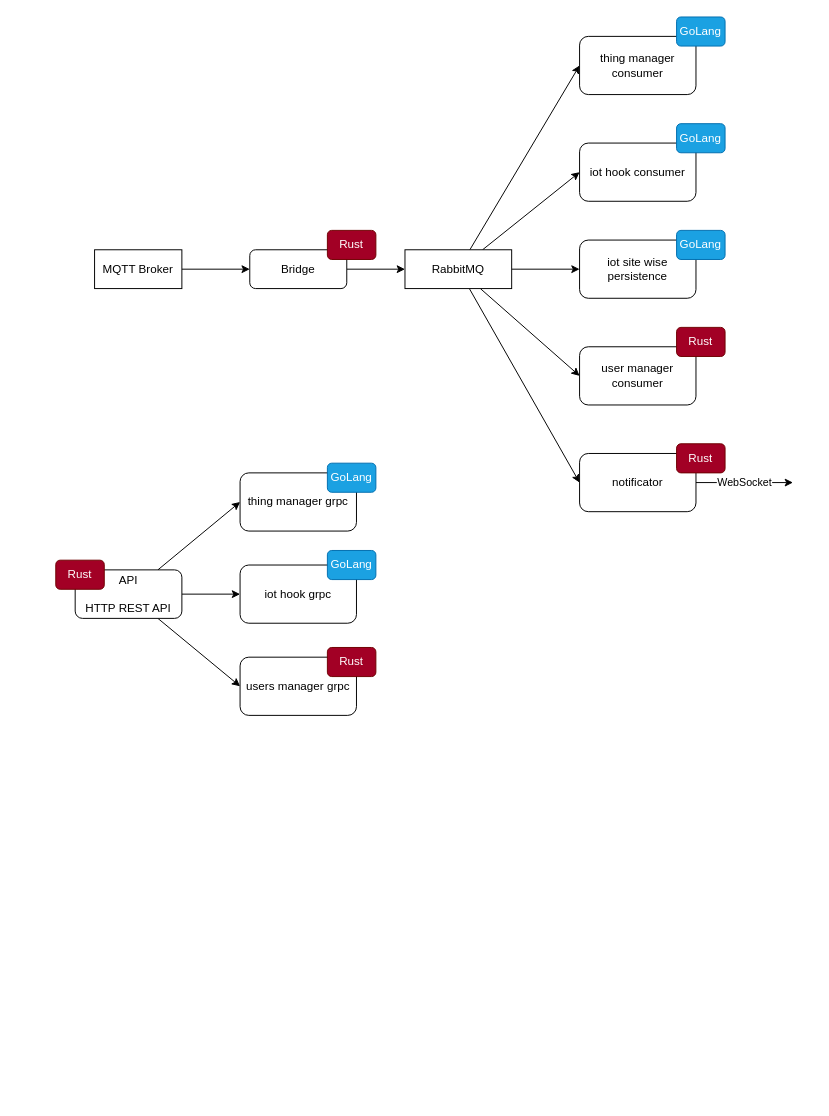
Above: .docs/toi.drawio in tointernet/things.over.internet (draw.io), before the change. Source tidied: cells renumbered, new cells numbered last; positions are measured from the earlier drawing's top-left corner, leaving out a move shared by most shapes. Both pictures are drawn from the tidied source at 97%, with x=0, y=0 at pixel (55, 16).
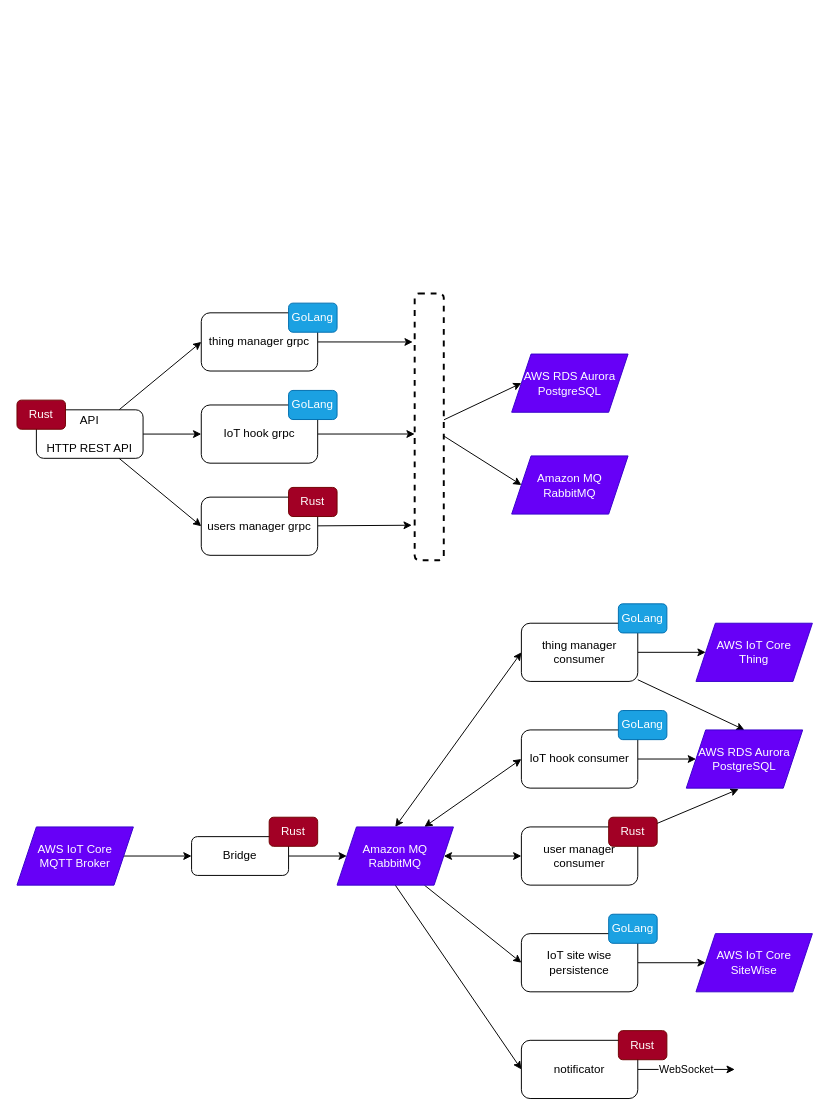
The same diagram, later.

The edit, as a diff of the source:
```diff
@@
     <mxCell id="5" value="API&lt;br&gt;&lt;br&gt;HTTP REST API" style="rounded=1;whiteSpace=wrap;html=1;" parent="1" vertex="1">
-      <mxGeometry x="20" y="570" width="110" height="50" as="geometry" />
+      <mxGeometry x="-20" y="405" width="110" height="50" as="geometry" />
     </mxCell>
-    <mxCell id="6" style="edgeStyle=none;html=1;entryX=0;entryY=0.5;entryDx=0;entryDy=0;" parent="1" edge="1" source="7" target="15">
+    <mxCell id="6" style="edgeStyle=none;html=1;entryX=0;entryY=0.5;entryDx=0;entryDy=0;" parent="1" edge="1" source="7" target="47">
       <mxGeometry relative="1" as="geometry" />
     </mxCell>
     <mxCell id="7" value="Bridge" style="rounded=1;whiteSpace=wrap;html=1;" parent="1" vertex="1">
-      <mxGeometry x="200" y="240" width="100" height="40" as="geometry" />
+      <mxGeometry x="140" y="845" width="100" height="40" as="geometry" />
     </mxCell>
-    <mxCell id="8" style="edgeStyle=none;html=1;entryX=0;entryY=0.5;entryDx=0;entryDy=0;" parent="1" edge="1" source="9" target="7">
+    <mxCell id="8" style="edgeStyle=none;html=1;entryX=0;entryY=0.5;entryDx=0;entryDy=0;exitX=1;exitY=0.5;exitDx=0;exitDy=0;" parent="1" edge="1" source="43" target="7">
       <mxGeometry relative="1" as="geometry" />
     </mxCell>
-    <mxCell id="9" value="MQTT Broker" style="rounded=0;whiteSpace=wrap;html=1;" parent="1" vertex="1">
-      <mxGeometry x="40" y="240" width="90" height="40" as="geometry" />
-    </mxCell>
-    <mxCell id="10" style="edgeStyle=none;html=1;entryX=0;entryY=0.5;entryDx=0;entryDy=0;" parent="1" edge="1" source="15" target="19">
+    <mxCell id="10" style="edgeStyle=none;html=1;entryX=0;entryY=0.5;entryDx=0;entryDy=0;exitX=0.5;exitY=0;exitDx=0;exitDy=0;startArrow=classic;startFill=1;" parent="1" edge="1" source="47" target="19">
       <mxGeometry relative="1" as="geometry" />
     </mxCell>
-    <mxCell id="11" style="edgeStyle=none;html=1;entryX=0;entryY=0.5;entryDx=0;entryDy=0;" parent="1" edge="1" source="15" target="20">
+    <mxCell id="11" style="edgeStyle=none;html=1;entryX=0;entryY=0.5;entryDx=0;entryDy=0;exitX=0.75;exitY=0;exitDx=0;exitDy=0;startArrow=classic;startFill=1;" parent="1" edge="1" source="47" target="20">
       <mxGeometry relative="1" as="geometry" />
     </mxCell>
-    <mxCell id="12" style="edgeStyle=none;html=1;entryX=0;entryY=0.5;entryDx=0;entryDy=0;" parent="1" edge="1" source="15" target="21">
+    <mxCell id="12" style="edgeStyle=none;html=1;entryX=0;entryY=0.5;entryDx=0;entryDy=0;exitX=0.75;exitY=1;exitDx=0;exitDy=0;startArrow=none;startFill=0;" parent="1" edge="1" source="47" target="21">
       <mxGeometry relative="1" as="geometry" />
     </mxCell>
-    <mxCell id="13" style="edgeStyle=none;html=1;entryX=0;entryY=0.5;entryDx=0;entryDy=0;" parent="1" edge="1" source="15" target="23">
+    <mxCell id="13" style="edgeStyle=none;html=1;entryX=0;entryY=0.5;entryDx=0;entryDy=0;exitX=0.5;exitY=1;exitDx=0;exitDy=0;" parent="1" edge="1" source="47" target="23">
       <mxGeometry relative="1" as="geometry" />
     </mxCell>
-    <mxCell id="14" style="edgeStyle=none;html=1;entryX=0;entryY=0.5;entryDx=0;entryDy=0;" parent="1" edge="1" source="15" target="24">
+    <mxCell id="14" style="edgeStyle=none;html=1;entryX=0;entryY=0.5;entryDx=0;entryDy=0;exitX=1;exitY=0.5;exitDx=0;exitDy=0;startArrow=classic;startFill=1;" parent="1" edge="1" source="47" target="24">
       <mxGeometry relative="1" as="geometry" />
     </mxCell>
-    <mxCell id="15" value="RabbitMQ" style="rounded=0;whiteSpace=wrap;html=1;" parent="1" vertex="1">
-      <mxGeometry x="360" y="240" width="110" height="40" as="geometry" />
-    </mxCell>
+    <mxCell id="35" style="edgeStyle=none;html=1;entryX=-0.067;entryY=0.182;entryDx=0;entryDy=0;entryPerimeter=0;startArrow=none;startFill=0;" parent="1" edge="1" source="16" target="51">
+      <mxGeometry relative="1" as="geometry" />
+    </mxCell>
     <mxCell id="16" value="thing manager grpc" style="rounded=1;whiteSpace=wrap;html=1;" parent="1" vertex="1">
-      <mxGeometry x="190" y="470" width="120" height="60" as="geometry" />
+      <mxGeometry x="150" y="305" width="120" height="60" as="geometry" />
     </mxCell>
+    <mxCell id="36" style="edgeStyle=none;html=1;entryX=0;entryY=0.527;entryDx=0;entryDy=0;entryPerimeter=0;startArrow=none;startFill=0;" parent="1" edge="1" source="17" target="51">
+      <mxGeometry relative="1" as="geometry" />
+    </mxCell>
-    <mxCell id="17" value="iot hook grpc" style="rounded=1;whiteSpace=wrap;html=1;" parent="1" vertex="1">
-      <mxGeometry x="190" y="565" width="120" height="60" as="geometry" />
+    <mxCell id="17" value="IoT hook grpc" style="rounded=1;whiteSpace=wrap;html=1;" parent="1" vertex="1">
+      <mxGeometry x="150" y="400" width="120" height="60" as="geometry" />
     </mxCell>
+    <mxCell id="37" style="edgeStyle=none;html=1;entryX=-0.1;entryY=0.869;entryDx=0;entryDy=0;entryPerimeter=0;startArrow=none;startFill=0;" parent="1" edge="1" source="18" target="51">
+      <mxGeometry relative="1" as="geometry" />
+    </mxCell>
     <mxCell id="18" value="users manager grpc" style="rounded=1;whiteSpace=wrap;html=1;" parent="1" vertex="1">
-      <mxGeometry x="190" y="660" width="120" height="60" as="geometry" />
+      <mxGeometry x="150" y="495" width="120" height="60" as="geometry" />
     </mxCell>
+    <mxCell id="38" style="edgeStyle=none;html=1;entryX=0;entryY=0.5;entryDx=0;entryDy=0;" parent="1" edge="1" source="19" target="45">
+      <mxGeometry relative="1" as="geometry" />
+    </mxCell>
+    <mxCell id="39" style="edgeStyle=none;html=1;entryX=0.5;entryY=0;entryDx=0;entryDy=0;startArrow=none;startFill=0;" parent="1" edge="1" source="19" target="52">
+      <mxGeometry relative="1" as="geometry" />
+    </mxCell>
     <mxCell id="19" value="thing manager consumer" style="rounded=1;whiteSpace=wrap;html=1;" parent="1" vertex="1">
-      <mxGeometry x="540" y="20" width="120" height="60" as="geometry" />
+      <mxGeometry x="480" y="625" width="120" height="60" as="geometry" />
     </mxCell>
+    <mxCell id="40" style="edgeStyle=none;html=1;entryX=0;entryY=0.5;entryDx=0;entryDy=0;startArrow=none;startFill=0;" parent="1" edge="1" source="20" target="52">
+      <mxGeometry relative="1" as="geometry" />
+    </mxCell>
-    <mxCell id="20" value="iot hook consumer" style="rounded=1;whiteSpace=wrap;html=1;" parent="1" vertex="1">
-      <mxGeometry x="540" y="130" width="120" height="60" as="geometry" />
+    <mxCell id="20" value="IoT hook consumer" style="rounded=1;whiteSpace=wrap;html=1;" parent="1" vertex="1">
+      <mxGeometry x="480" y="735" width="120" height="60" as="geometry" />
     </mxCell>
+    <mxCell id="41" style="edgeStyle=none;html=1;entryX=0;entryY=0.5;entryDx=0;entryDy=0;startArrow=none;startFill=0;" parent="1" edge="1" source="21" target="44">
+      <mxGeometry relative="1" as="geometry" />
+    </mxCell>
-    <mxCell id="21" value="user manager consumer" style="rounded=1;whiteSpace=wrap;html=1;" parent="1" vertex="1">
-      <mxGeometry x="540" y="340" width="120" height="60" as="geometry" />
+    <mxCell id="21" value="&lt;span style=&quot;font-family: &amp;#34;helvetica&amp;#34;&quot;&gt;IoT site wise persistence&lt;/span&gt;" style="rounded=1;whiteSpace=wrap;html=1;" parent="1" vertex="1">
+      <mxGeometry x="480" y="945" width="120" height="60" as="geometry" />
     </mxCell>
     <mxCell id="22" value="WebSocket" style="edgeStyle=none;html=1;exitX=1;exitY=0.5;exitDx=0;exitDy=0;" parent="1" edge="1" source="23">
       <mxGeometry relative="1" as="geometry">
-        <mxPoint x="760" y="480" as="targetPoint" />
+        <mxPoint x="700" y="1085" as="targetPoint" />
       </mxGeometry>
     </mxCell>
     <mxCell id="23" value="notificator" style="rounded=1;whiteSpace=wrap;html=1;" parent="1" vertex="1">
-      <mxGeometry x="540" y="450" width="120" height="60" as="geometry" />
+      <mxGeometry x="480" y="1055" width="120" height="60" as="geometry" />
     </mxCell>
+    <mxCell id="42" style="edgeStyle=none;html=1;entryX=0.45;entryY=1.017;entryDx=0;entryDy=0;entryPerimeter=0;startArrow=none;startFill=0;" parent="1" edge="1" source="24" target="52">
+      <mxGeometry relative="1" as="geometry" />
+    </mxCell>
-    <mxCell id="24" value="iot site wise persistence" style="rounded=1;whiteSpace=wrap;html=1;" parent="1" vertex="1">
-      <mxGeometry x="540" y="230" width="120" height="60" as="geometry" />
+    <mxCell id="24" value="&lt;span&gt;user manager consumer&lt;/span&gt;" style="rounded=1;whiteSpace=wrap;html=1;" parent="1" vertex="1">
+      <mxGeometry x="480" y="835" width="120" height="60" as="geometry" />
     </mxCell>
     <mxCell id="25" value="GoLang" style="rounded=1;whiteSpace=wrap;html=1;fillColor=#1ba1e2;fontColor=#ffffff;strokeColor=#006EAF;" parent="1" vertex="1">
-      <mxGeometry x="280" y="460" width="50" height="30" as="geometry" />
+      <mxGeometry x="240" y="295" width="50" height="30" as="geometry" />
     </mxCell>
     <mxCell id="26" value="GoLang" style="rounded=1;whiteSpace=wrap;html=1;fillColor=#1ba1e2;fontColor=#ffffff;strokeColor=#006EAF;" parent="1" vertex="1">
-      <mxGeometry x="280" y="550" width="50" height="30" as="geometry" />
+      <mxGeometry x="240" y="385" width="50" height="30" as="geometry" />
     </mxCell>
     <mxCell id="27" value="Rust" style="rounded=1;whiteSpace=wrap;html=1;fillColor=#a20025;fontColor=#ffffff;strokeColor=#6F0000;" parent="1" vertex="1">
-      <mxGeometry x="280" y="650" width="50" height="30" as="geometry" />
+      <mxGeometry x="240" y="485" width="50" height="30" as="geometry" />
     </mxCell>
     <mxCell id="28" value="Rust" style="rounded=1;whiteSpace=wrap;html=1;fillColor=#a20025;fontColor=#ffffff;strokeColor=#6F0000;" parent="1" vertex="1">
-      <mxGeometry y="560" width="50" height="30" as="geometry" />
+      <mxGeometry x="-40" y="395" width="50" height="30" as="geometry" />
     </mxCell>
     <mxCell id="29" value="Rust" style="rounded=1;whiteSpace=wrap;html=1;fillColor=#a20025;fontColor=#ffffff;strokeColor=#6F0000;" parent="1" vertex="1">
-      <mxGeometry x="640" y="440" width="50" height="30" as="geometry" />
+      <mxGeometry x="580" y="1045" width="50" height="30" as="geometry" />
     </mxCell>
     <mxCell id="30" value="Rust" style="rounded=1;whiteSpace=wrap;html=1;fillColor=#a20025;fontColor=#ffffff;strokeColor=#6F0000;" parent="1" vertex="1">
-      <mxGeometry x="640" y="320" width="50" height="30" as="geometry" />
+      <mxGeometry x="570" y="825" width="50" height="30" as="geometry" />
     </mxCell>
     <mxCell id="31" value="GoLang" style="rounded=1;whiteSpace=wrap;html=1;fillColor=#1ba1e2;fontColor=#ffffff;strokeColor=#006EAF;" parent="1" vertex="1">
-      <mxGeometry x="640" y="220" width="50" height="30" as="geometry" />
+      <mxGeometry x="570" y="925" width="50" height="30" as="geometry" />
     </mxCell>
     <mxCell id="32" value="GoLang" style="rounded=1;whiteSpace=wrap;html=1;fillColor=#1ba1e2;fontColor=#ffffff;strokeColor=#006EAF;" parent="1" vertex="1">
-      <mxGeometry x="640" y="110" width="50" height="30" as="geometry" />
+      <mxGeometry x="580" y="715" width="50" height="30" as="geometry" />
     </mxCell>
     <mxCell id="33" value="GoLang" style="rounded=1;whiteSpace=wrap;html=1;fillColor=#1ba1e2;fontColor=#ffffff;strokeColor=#006EAF;" parent="1" vertex="1">
-      <mxGeometry x="640" width="50" height="30" as="geometry" />
+      <mxGeometry x="580" y="605" width="50" height="30" as="geometry" />
     </mxCell>
     <mxCell id="34" value="Rust" style="rounded=1;whiteSpace=wrap;html=1;fillColor=#a20025;fontColor=#ffffff;strokeColor=#6F0000;" parent="1" vertex="1">
-      <mxGeometry x="280" y="220" width="50" height="30" as="geometry" />
+      <mxGeometry x="220" y="825" width="50" height="30" as="geometry" />
     </mxCell>
+    <mxCell id="43" value="AWS IoT Core&lt;br&gt;MQTT Broker" style="shape=parallelogram;perimeter=parallelogramPerimeter;whiteSpace=wrap;html=1;fixedSize=1;fillColor=#6700F7;fontColor=#ffffff;strokeColor=#3700CC;" parent="1" vertex="1">
+      <mxGeometry x="-40" y="835" width="120" height="60" as="geometry" />
+    </mxCell>
+    <mxCell id="44" value="AWS IoT Core&lt;br&gt;SiteWise" style="shape=parallelogram;perimeter=parallelogramPerimeter;whiteSpace=wrap;html=1;fixedSize=1;fillColor=#6700F7;fontColor=#ffffff;strokeColor=#3700CC;" parent="1" vertex="1">
+      <mxGeometry x="660" y="945" width="120" height="60" as="geometry" />
+    </mxCell>
+    <mxCell id="45" value="AWS IoT Core&lt;br&gt;Thing" style="shape=parallelogram;perimeter=parallelogramPerimeter;whiteSpace=wrap;html=1;fixedSize=1;fillColor=#6700F7;fontColor=#ffffff;strokeColor=#3700CC;" parent="1" vertex="1">
+      <mxGeometry x="660" y="625" width="120" height="60" as="geometry" />
+    </mxCell>
+    <mxCell id="46" value="AWS RDS Aurora&lt;br&gt;PostgreSQL" style="shape=parallelogram;perimeter=parallelogramPerimeter;whiteSpace=wrap;html=1;fixedSize=1;fillColor=#6700F7;fontColor=#ffffff;strokeColor=#3700CC;" parent="1" vertex="1">
+      <mxGeometry x="470" y="347.5" width="120" height="60" as="geometry" />
+    </mxCell>
+    <mxCell id="47" value="Amazon MQ&lt;br&gt;RabbitMQ" style="shape=parallelogram;perimeter=parallelogramPerimeter;whiteSpace=wrap;html=1;fixedSize=1;fillColor=#6700F7;fontColor=#ffffff;strokeColor=#3700CC;" parent="1" vertex="1">
+      <mxGeometry x="290" y="835" width="120" height="60" as="geometry" />
+    </mxCell>
+    <mxCell id="48" value="Amazon MQ&lt;br&gt;RabbitMQ" style="shape=parallelogram;perimeter=parallelogramPerimeter;whiteSpace=wrap;html=1;fixedSize=1;fillColor=#6700F7;fontColor=#ffffff;strokeColor=#3700CC;" parent="1" vertex="1">
+      <mxGeometry x="470" y="452.5" width="120" height="60" as="geometry" />
+    </mxCell>
+    <mxCell id="49" style="edgeStyle=none;html=1;entryX=0;entryY=0.5;entryDx=0;entryDy=0;startArrow=none;startFill=0;" parent="1" edge="1" source="51" target="46">
+      <mxGeometry relative="1" as="geometry" />
+    </mxCell>
+    <mxCell id="50" style="edgeStyle=none;html=1;entryX=0;entryY=0.5;entryDx=0;entryDy=0;startArrow=none;startFill=0;" parent="1" edge="1" source="51" target="48">
+      <mxGeometry relative="1" as="geometry" />
+    </mxCell>
+    <mxCell id="51" style="rounded=1;whiteSpace=wrap;html=1;dashed=1;strokeWidth=2;" parent="1" vertex="1">
+      <mxGeometry x="370" y="285" width="30" height="275" as="geometry" />
+    </mxCell>
+    <mxCell id="52" value="AWS RDS Aurora&lt;br&gt;PostgreSQL" style="shape=parallelogram;perimeter=parallelogramPerimeter;whiteSpace=wrap;html=1;fixedSize=1;fillColor=#6700F7;fontColor=#ffffff;strokeColor=#3700CC;" parent="1" vertex="1">
+      <mxGeometry x="650" y="735" width="120" height="60" as="geometry" />
+    </mxCell>
```
